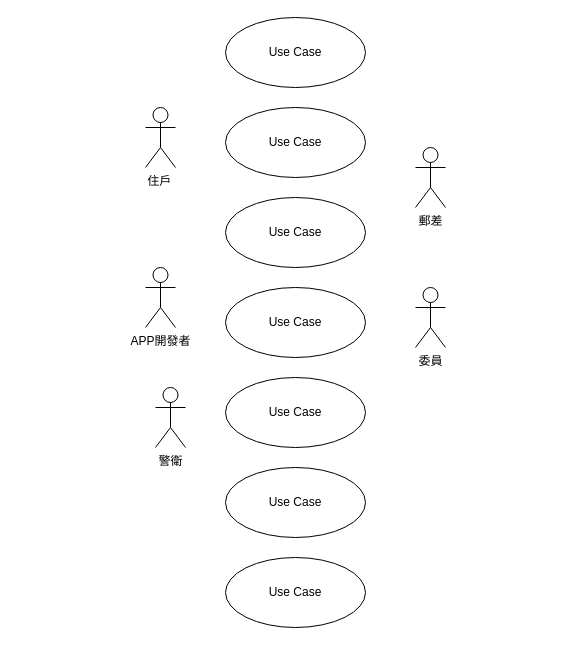
Above: (c).drawio in Mirror1229/112-2HW3 (draw.io), before the change. Source tidied: cells renumbered, new cells numbered last; positions are measured from the earlier drawing's top-left corner, leaving out a move shared by most shapes. Both pictures are drawn from the tidied source at 100%, with x=0, y=0 at pixel (145, 17).
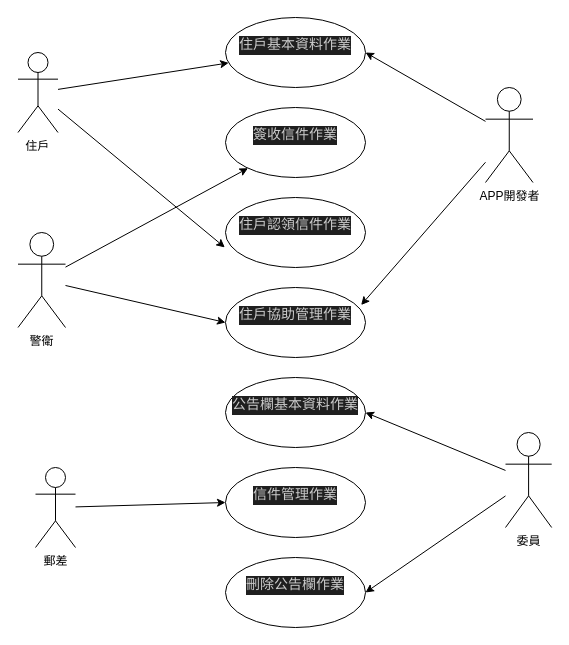
Above is the later version.

The edit, as a diff of the source:
```diff
@@
+    <mxCell id="14" style="edgeStyle=none;html=1;entryX=0.969;entryY=0.25;entryDx=0;entryDy=0;strokeWidth=1;entryPerimeter=0;" parent="1" edge="1" source="2" target="9">
+      <mxGeometry relative="1" as="geometry" />
+    </mxCell>
+    <mxCell id="15" style="edgeStyle=none;html=1;entryX=1;entryY=0.5;entryDx=0;entryDy=0;strokeWidth=1;" parent="1" edge="1" source="2" target="12">
+      <mxGeometry relative="1" as="geometry" />
+    </mxCell>
     <mxCell id="2" value="APP開發者" style="shape=umlActor;verticalLabelPosition=bottom;verticalAlign=top;html=1;" parent="1" vertex="1">
-      <mxGeometry y="250" width="30" height="60" as="geometry" />
+      <mxGeometry x="340" y="70" width="47.5" height="95" as="geometry" />
     </mxCell>
+    <mxCell id="16" style="edgeStyle=none;html=1;entryX=1;entryY=0.5;entryDx=0;entryDy=0;strokeWidth=1;" parent="1" edge="1" source="3" target="10">
+      <mxGeometry relative="1" as="geometry" />
+    </mxCell>
+    <mxCell id="17" style="edgeStyle=none;html=1;entryX=1;entryY=0.5;entryDx=0;entryDy=0;strokeWidth=1;" parent="1" edge="1" source="3" target="13">
+      <mxGeometry relative="1" as="geometry" />
+    </mxCell>
     <mxCell id="3" value="委員" style="shape=umlActor;verticalLabelPosition=bottom;verticalAlign=top;html=1;" parent="1" vertex="1">
-      <mxGeometry x="270" y="270" width="30" height="60" as="geometry" />
+      <mxGeometry x="360" y="415" width="46.2" height="95" as="geometry" />
     </mxCell>
+    <mxCell id="18" style="edgeStyle=none;html=1;entryX=0;entryY=0.5;entryDx=0;entryDy=0;" parent="1" edge="1" source="4" target="11">
+      <mxGeometry relative="1" as="geometry" />
+    </mxCell>
     <mxCell id="4" value="郵差" style="shape=umlActor;verticalLabelPosition=bottom;verticalAlign=top;html=1;" parent="1" vertex="1">
-      <mxGeometry x="270" y="130" width="30" height="60" as="geometry" />
+      <mxGeometry x="-110" y="450" width="40" height="80" as="geometry" />
     </mxCell>
+    <mxCell id="19" style="edgeStyle=none;html=1;" parent="1" edge="1" source="5" target="12">
+      <mxGeometry relative="1" as="geometry" />
+    </mxCell>
+    <mxCell id="20" style="edgeStyle=none;html=1;entryX=-0.005;entryY=0.713;entryDx=0;entryDy=0;entryPerimeter=0;strokeWidth=1;" parent="1" edge="1" source="5" target="8">
+      <mxGeometry relative="1" as="geometry" />
+    </mxCell>
     <mxCell id="5" value="住戶&lt;span style=&quot;white-space: pre;&quot;&gt;&#9;&lt;/span&gt;" style="shape=umlActor;verticalLabelPosition=bottom;verticalAlign=top;html=1;" parent="1" vertex="1">
-      <mxGeometry y="90" width="30" height="60" as="geometry" />
+      <mxGeometry x="-127.5" y="35" width="40" height="80" as="geometry" />
     </mxCell>
+    <mxCell id="21" style="edgeStyle=none;html=1;entryX=0;entryY=0.5;entryDx=0;entryDy=0;strokeWidth=1;" parent="1" edge="1" source="6" target="9">
+      <mxGeometry relative="1" as="geometry" />
+    </mxCell>
+    <mxCell id="22" style="edgeStyle=none;html=1;strokeWidth=1;" parent="1" edge="1" source="6" target="7">
+      <mxGeometry relative="1" as="geometry" />
+    </mxCell>
     <mxCell id="6" value="警衛" style="shape=umlActor;verticalLabelPosition=bottom;verticalAlign=top;html=1;" parent="1" vertex="1">
-      <mxGeometry x="10" y="370" width="30" height="60" as="geometry" />
+      <mxGeometry x="-127.5" y="215" width="47.5" height="95" as="geometry" />
     </mxCell>
-    <mxCell id="7" value="Use Case" style="ellipse;whiteSpace=wrap;html=1;" parent="1" vertex="1">
+    <mxCell id="7" value="&#10;&lt;div style=&quot;color: rgb(204, 204, 204); background-color: rgb(31, 31, 31); font-family: Consolas, &amp;quot;Courier New&amp;quot;, monospace; font-weight: normal; font-size: 14px; line-height: 19px;&quot;&gt;&lt;div&gt;&lt;span style=&quot;color: #cccccc;&quot;&gt;簽收信件作業&lt;/span&gt;&lt;/div&gt;&lt;/div&gt;&#10;&#10;" style="ellipse;whiteSpace=wrap;html=1;" parent="1" vertex="1">
       <mxGeometry x="80" y="90" width="140" height="70" as="geometry" />
     </mxCell>
-    <mxCell id="8" value="Use Case" style="ellipse;whiteSpace=wrap;html=1;" parent="1" vertex="1">
+    <mxCell id="8" value="&#10;&lt;div style=&quot;color: rgb(204, 204, 204); background-color: rgb(31, 31, 31); font-family: Consolas, &amp;quot;Courier New&amp;quot;, monospace; font-weight: normal; font-size: 14px; line-height: 19px;&quot;&gt;&lt;div&gt;&lt;span style=&quot;color: #cccccc;&quot;&gt;住戶認領信件作業&lt;/span&gt;&lt;/div&gt;&lt;/div&gt;&#10;&#10;" style="ellipse;whiteSpace=wrap;html=1;" parent="1" vertex="1">
       <mxGeometry x="80" y="180" width="140" height="70" as="geometry" />
     </mxCell>
-    <mxCell id="9" value="Use Case" style="ellipse;whiteSpace=wrap;html=1;" parent="1" vertex="1">
+    <mxCell id="9" value="&#10;&lt;div style=&quot;color: rgb(204, 204, 204); background-color: rgb(31, 31, 31); font-family: Consolas, &amp;quot;Courier New&amp;quot;, monospace; font-weight: normal; font-size: 14px; line-height: 19px;&quot;&gt;&lt;div&gt;&lt;span style=&quot;color: #cccccc;&quot;&gt;住戶協助管理作業&lt;/span&gt;&lt;/div&gt;&lt;/div&gt;&#10;&#10;" style="ellipse;whiteSpace=wrap;html=1;" parent="1" vertex="1">
       <mxGeometry x="80" y="270" width="140" height="70" as="geometry" />
     </mxCell>
-    <mxCell id="10" value="Use Case" style="ellipse;whiteSpace=wrap;html=1;" parent="1" vertex="1">
+    <mxCell id="10" value="&#10;&lt;div style=&quot;color: rgb(204, 204, 204); background-color: rgb(31, 31, 31); font-family: Consolas, &amp;quot;Courier New&amp;quot;, monospace; font-weight: normal; font-size: 14px; line-height: 19px;&quot;&gt;&lt;div&gt;&lt;span style=&quot;color: #cccccc;&quot;&gt;公告欄基本資料作業&lt;/span&gt;&lt;/div&gt;&lt;/div&gt;&#10;&#10;" style="ellipse;whiteSpace=wrap;html=1;" parent="1" vertex="1">
       <mxGeometry x="80" y="360" width="140" height="70" as="geometry" />
     </mxCell>
-    <mxCell id="11" value="Use Case" style="ellipse;whiteSpace=wrap;html=1;" parent="1" vertex="1">
+    <mxCell id="11" value="&#10;&lt;div style=&quot;color: rgb(204, 204, 204); background-color: rgb(31, 31, 31); font-family: Consolas, &amp;quot;Courier New&amp;quot;, monospace; font-weight: normal; font-size: 14px; line-height: 19px;&quot;&gt;&lt;div&gt;&lt;span style=&quot;color: #cccccc;&quot;&gt;信件管理作業&lt;/span&gt;&lt;/div&gt;&lt;/div&gt;&#10;&#10;" style="ellipse;whiteSpace=wrap;html=1;" parent="1" vertex="1">
       <mxGeometry x="80" y="450" width="140" height="70" as="geometry" />
     </mxCell>
-    <mxCell id="12" value="Use Case" style="ellipse;whiteSpace=wrap;html=1;" parent="1" vertex="1">
+    <mxCell id="12" value="&#10;&lt;div style=&quot;color: rgb(204, 204, 204); background-color: rgb(31, 31, 31); font-family: Consolas, &amp;quot;Courier New&amp;quot;, monospace; font-weight: normal; font-size: 14px; line-height: 19px;&quot;&gt;&lt;div&gt;&lt;span style=&quot;color: #cccccc;&quot;&gt;住戶基本資料作業&lt;/span&gt;&lt;/div&gt;&lt;/div&gt;&#10;&#10;" style="ellipse;whiteSpace=wrap;html=1;" parent="1" vertex="1">
       <mxGeometry x="80" width="140" height="70" as="geometry" />
     </mxCell>
-    <mxCell id="13" value="Use Case" style="ellipse;whiteSpace=wrap;html=1;" parent="1" vertex="1">
+    <mxCell id="13" value="&#10;&lt;div style=&quot;color: rgb(204, 204, 204); background-color: rgb(31, 31, 31); font-family: Consolas, &amp;quot;Courier New&amp;quot;, monospace; font-weight: normal; font-size: 14px; line-height: 19px;&quot;&gt;&lt;div&gt;&lt;span style=&quot;color: #cccccc;&quot;&gt;刪除公告欄作業&lt;/span&gt;&lt;/div&gt;&lt;/div&gt;&#10;&#10;" style="ellipse;whiteSpace=wrap;html=1;" parent="1" vertex="1">
       <mxGeometry x="80" y="540" width="140" height="70" as="geometry" />
     </mxCell>
```
